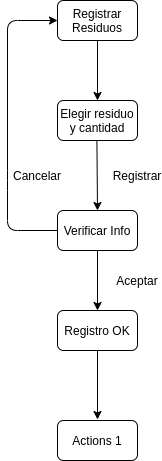
Above: docs/assets/pmv/registrar_residuos.png in colmena-project/doc-website (draw.io), before the change. Source tidied: cells renumbered, new cells last; positions are measured from the earlier drawing's top-left corner, leaving out a move shared by most shapes.
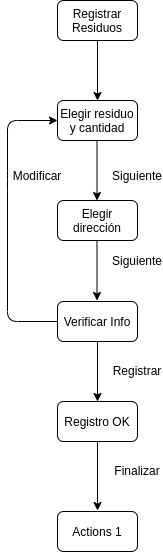
The same file after the commit.

The edit, as a diff of the source:
```diff
@@ -6,55 +6,70 @@
       <mxGeometry x="50" width="80" height="40" as="geometry" />
     </mxCell>
     <mxCell id="3" value="Verificar Info" style="rounded=1;whiteSpace=wrap;html=1;fontSize=12;glass=0;strokeWidth=1;shadow=0;" parent="1" vertex="1">
-      <mxGeometry x="50" y="210" width="80" height="40" as="geometry" />
+      <mxGeometry x="50" y="301" width="80" height="40" as="geometry" />
     </mxCell>
     <mxCell id="4" style="endArrow=classic;html=1;exitX=0.5;exitY=1;exitDx=0;exitDy=0;" parent="1" edge="1" source="2">
       <mxGeometry relative="1" as="geometry">
         <mxPoint x="90" y="100" as="targetPoint" />
       </mxGeometry>
     </mxCell>
-    <mxCell id="5" value="Cancelar" style="text;html=1;strokeColor=none;fillColor=none;align=center;verticalAlign=middle;whiteSpace=wrap;rounded=0;" parent="1" vertex="1">
+    <mxCell id="5" value="Modificar" style="text;html=1;strokeColor=none;fillColor=none;align=center;verticalAlign=middle;whiteSpace=wrap;rounded=0;" parent="1" vertex="1">
       <mxGeometry x="10" y="165" width="40" height="20" as="geometry" />
     </mxCell>
     <mxCell id="6" style="endArrow=classic;html=1;exitX=0.5;exitY=1;exitDx=0;exitDy=0;" parent="1" edge="1" source="3">
       <mxGeometry relative="1" as="geometry">
-        <mxPoint x="90" y="310" as="targetPoint" />
+        <mxPoint x="90" y="401" as="targetPoint" />
       </mxGeometry>
     </mxCell>
     <mxCell id="7" value="Registro OK" style="rounded=1;whiteSpace=wrap;html=1;fontSize=12;glass=0;strokeWidth=1;shadow=0;" parent="1" vertex="1">
-      <mxGeometry x="50" y="310" width="80" height="40" as="geometry" />
+      <mxGeometry x="50" y="401" width="80" height="40" as="geometry" />
     </mxCell>
     <mxCell id="8" style="endArrow=classic;html=1;exitX=0.5;exitY=1;exitDx=0;exitDy=0;" parent="1" edge="1" source="7">
       <mxGeometry relative="1" as="geometry">
-        <mxPoint x="90" y="419" as="targetPoint" />
+        <mxPoint x="90" y="510" as="targetPoint" />
       </mxGeometry>
     </mxCell>
-    <mxCell id="9" value="Aceptar" style="text;html=1;strokeColor=none;fillColor=none;align=center;verticalAlign=middle;whiteSpace=wrap;rounded=0;" parent="1" vertex="1">
-      <mxGeometry x="110" y="270" width="40" height="20" as="geometry" />
+    <mxCell id="9" value="Registrar" style="text;html=1;strokeColor=none;fillColor=none;align=center;verticalAlign=middle;whiteSpace=wrap;rounded=0;" parent="1" vertex="1">
+      <mxGeometry x="110" y="360" width="40" height="20" as="geometry" />
     </mxCell>
     <mxCell id="10" value="Actions 1" style="rounded=1;whiteSpace=wrap;html=1;fontSize=12;glass=0;strokeWidth=1;shadow=0;" parent="1" vertex="1">
-      <mxGeometry x="50" y="420" width="80" height="40" as="geometry" />
+      <mxGeometry x="50" y="511" width="80" height="40" as="geometry" />
     </mxCell>
     <mxCell id="11" value="Elegir residuo&lt;br&gt;y cantidad" style="rounded=1;whiteSpace=wrap;html=1;fontSize=12;glass=0;strokeWidth=1;shadow=0;" parent="1" vertex="1">
       <mxGeometry x="50" y="100" width="80" height="40" as="geometry" />
     </mxCell>
-    <mxCell id="12" style="endArrow=classic;html=1;exitX=0.5;exitY=1;exitDx=0;exitDy=0;entryX=0.5;entryY=0;entryDx=0;entryDy=0;" parent="1" edge="1" target="3">
-      <mxGeometry relative="1" as="geometry">
-        <mxPoint x="89.4" y="140" as="sourcePoint" />
-      </mxGeometry>
+    <mxCell id="12" value="Siguiente" style="text;html=1;strokeColor=none;fillColor=none;align=center;verticalAlign=middle;whiteSpace=wrap;rounded=0;" parent="1" vertex="1">
+      <mxGeometry x="110" y="165" width="40" height="20" as="geometry" />
     </mxCell>
-    <mxCell id="13" value="Registrar" style="text;html=1;strokeColor=none;fillColor=none;align=center;verticalAlign=middle;whiteSpace=wrap;rounded=0;" parent="1" vertex="1">
-      <mxGeometry x="110" y="165" width="40" height="20" as="geometry" />
+    <mxCell id="13" style="endArrow=classic;html=1;entryX=0;entryY=0.5;entryDx=0;entryDy=0;exitX=0;exitY=0.5;exitDx=0;exitDy=0;" parent="1" edge="1" source="3" target="11">
+      <mxGeometry relative="1" as="geometry">
+        <Array as="points">
+          <mxPoint y="321" />
+          <mxPoint y="180" />
+          <mxPoint y="120" />
+        </Array>
+      </mxGeometry>
     </mxCell>
-    <mxCell id="14" style="endArrow=classic;html=1;entryX=0;entryY=0.5;entryDx=0;entryDy=0;exitX=0;exitY=0.5;exitDx=0;exitDy=0;" parent="1" edge="1" source="3">
-      <mxGeometry relative="1" as="geometry">
-        <mxPoint x="50" y="20" as="targetPoint" />
-        <Array as="points">
-          <mxPoint y="230" />
-          <mxPoint y="180" />
-          <mxPoint y="20" />
-        </Array>
-      </mxGeometry>
+    <mxCell id="14" value="Elegir dirección" style="rounded=1;whiteSpace=wrap;html=1;fontSize=12;glass=0;strokeWidth=1;shadow=0;" parent="1" vertex="1">
+      <mxGeometry x="50" y="200" width="80" height="40" as="geometry" />
     </mxCell>
+    <mxCell id="15" style="endArrow=classic;html=1;exitX=0.5;exitY=1;exitDx=0;exitDy=0;" parent="1" edge="1">
+      <mxGeometry relative="1" as="geometry">
+        <mxPoint x="89.5" y="140" as="sourcePoint" />
+        <mxPoint x="89.5" y="200" as="targetPoint" />
+      </mxGeometry>
+    </mxCell>
+    <mxCell id="16" style="endArrow=classic;html=1;exitX=0.5;exitY=1;exitDx=0;exitDy=0;" parent="1" edge="1">
+      <mxGeometry relative="1" as="geometry">
+        <mxPoint x="89.5" y="240" as="sourcePoint" />
+        <mxPoint x="89.5" y="300" as="targetPoint" />
+      </mxGeometry>
+    </mxCell>
+    <mxCell id="17" value="Siguiente" style="text;html=1;strokeColor=none;fillColor=none;align=center;verticalAlign=middle;whiteSpace=wrap;rounded=0;" parent="1" vertex="1">
+      <mxGeometry x="110" y="250" width="40" height="20" as="geometry" />
+    </mxCell>
+    <mxCell id="18" value="Finalizar" style="text;html=1;strokeColor=none;fillColor=none;align=center;verticalAlign=middle;whiteSpace=wrap;rounded=0;" parent="1" vertex="1">
+      <mxGeometry x="110" y="460" width="40" height="20" as="geometry" />
+    </mxCell>
   </root>
 </mxGraphModel>
```
